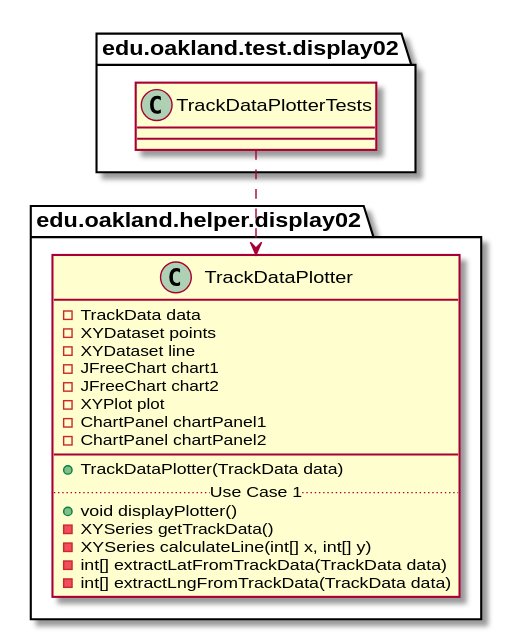
casher-ou/csi-3370-software-project keeps this PlantUML diagram as docs/uml-class-diagrams/display02/test/TrackDataPlotterTests/TrackDataPlotterTests_Closure.svg. Above is the earlier version.
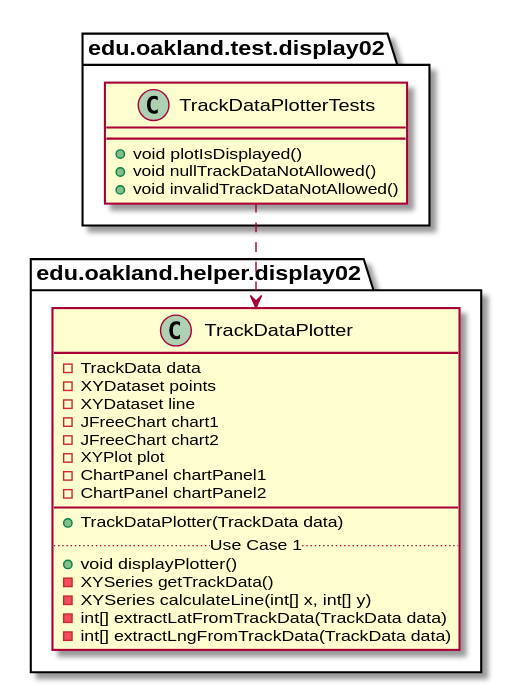
Above is the later version.

Diff of the diagram source:
```diff
@@ -3,7 +3,9 @@
 
 package edu.oakland.test.display02 {
     class TrackDataPlotterTests {
-
+        + void plotIsDisplayed()
+        + void nullTrackDataNotAllowed()
+        + void invalidTrackDataNotAllowed()
     }
 }
 
```
